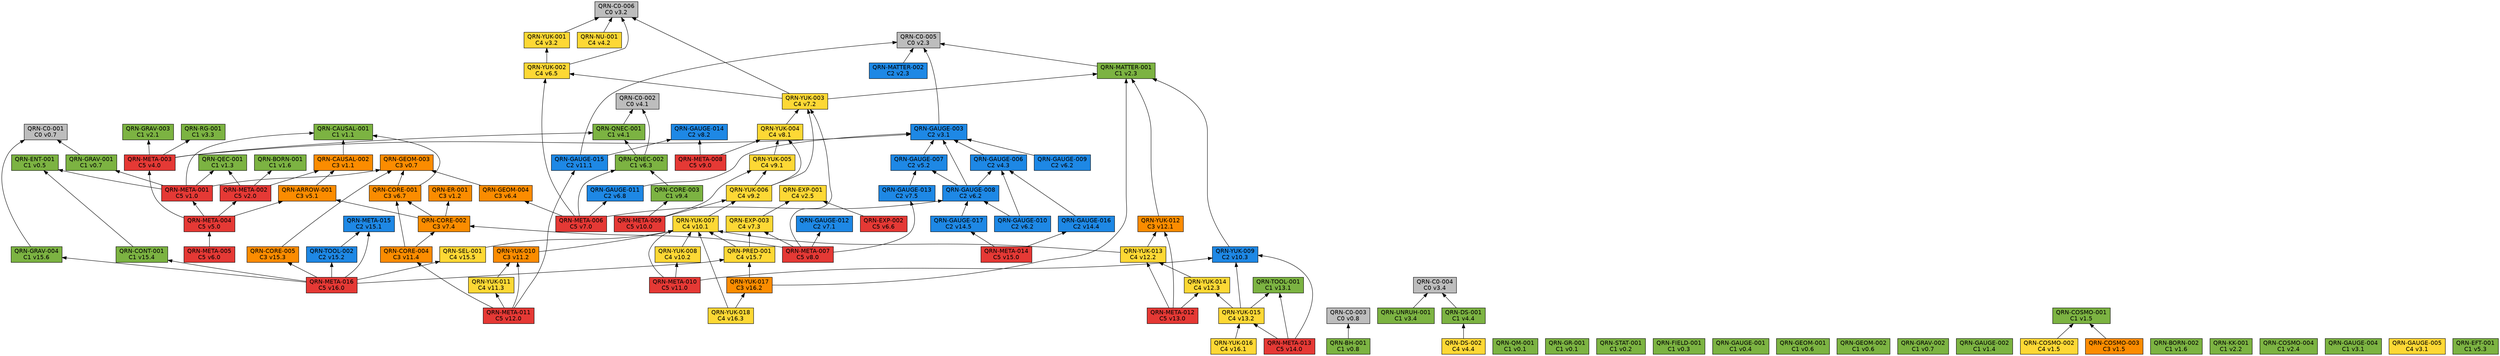
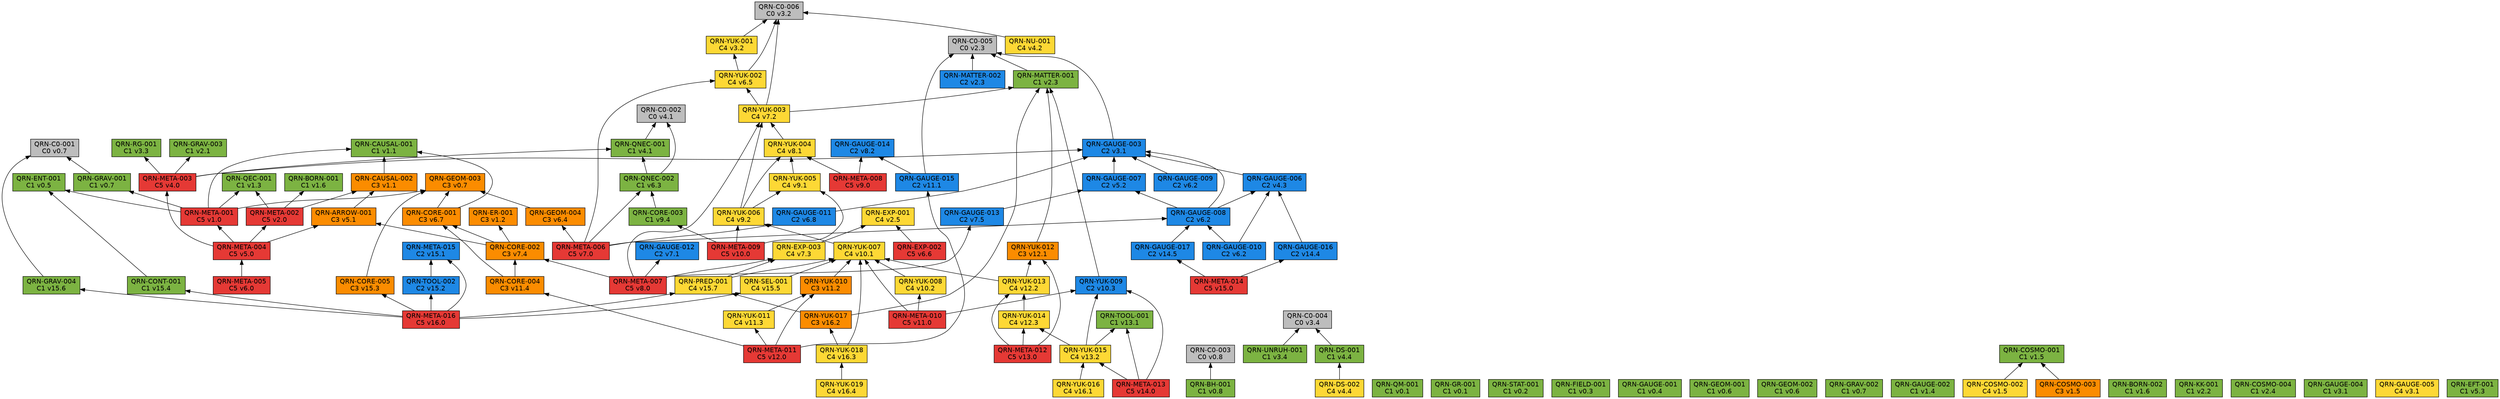
// 自動生成 (dag/report.pl) — QRN 主張依存グラフ
digraph qrn {
  rankdir=BT;
  node [shape=box, style=filled, fontname="Helvetica"];
  "QRN-C0-001" [fillcolor="#bdbdbd", label="QRN-C0-001\nC0 v0.7"];
  "QRN-C0-002" [fillcolor="#bdbdbd", label="QRN-C0-002\nC0 v4.1"];
  "QRN-C0-003" [fillcolor="#bdbdbd", label="QRN-C0-003\nC0 v0.8"];
  "QRN-C0-004" [fillcolor="#bdbdbd", label="QRN-C0-004\nC0 v3.4"];
  "QRN-C0-005" [fillcolor="#bdbdbd", label="QRN-C0-005\nC0 v2.3"];
  "QRN-C0-006" [fillcolor="#bdbdbd", label="QRN-C0-006\nC0 v3.2"];
  "QRN-QM-001" [fillcolor="#7cb342", label="QRN-QM-001\nC1 v0.1"];
  "QRN-GR-001" [fillcolor="#7cb342", label="QRN-GR-001\nC1 v0.1"];
  "QRN-STAT-001" [fillcolor="#7cb342", label="QRN-STAT-001\nC1 v0.2"];
  "QRN-FIELD-001" [fillcolor="#7cb342", label="QRN-FIELD-001\nC1 v0.3"];
  "QRN-GAUGE-001" [fillcolor="#7cb342", label="QRN-GAUGE-001\nC1 v0.4"];
  "QRN-ENT-001" [fillcolor="#7cb342", label="QRN-ENT-001\nC1 v0.5"];
  "QRN-GEOM-001" [fillcolor="#7cb342", label="QRN-GEOM-001\nC1 v0.6"];
  "QRN-GEOM-002" [fillcolor="#7cb342", label="QRN-GEOM-002\nC1 v0.6"];
  "QRN-GEOM-003" [fillcolor="#fb8c00", label="QRN-GEOM-003\nC3 v0.7"];
  "QRN-GRAV-001" [fillcolor="#7cb342", label="QRN-GRAV-001\nC1 v0.7"];
  "QRN-GRAV-002" [fillcolor="#7cb342", label="QRN-GRAV-002\nC1 v0.7"];
  "QRN-BH-001" [fillcolor="#7cb342", label="QRN-BH-001\nC1 v0.8"];
  "QRN-CAUSAL-001" [fillcolor="#7cb342", label="QRN-CAUSAL-001\nC1 v1.1"];
  "QRN-CAUSAL-002" [fillcolor="#fb8c00", label="QRN-CAUSAL-002\nC3 v1.1"];
  "QRN-ER-001" [fillcolor="#fb8c00", label="QRN-ER-001\nC3 v1.2"];
  "QRN-QEC-001" [fillcolor="#7cb342", label="QRN-QEC-001\nC1 v1.3"];
  "QRN-GAUGE-002" [fillcolor="#7cb342", label="QRN-GAUGE-002\nC1 v1.4"];
  "QRN-COSMO-001" [fillcolor="#7cb342", label="QRN-COSMO-001\nC1 v1.5"];
  "QRN-COSMO-002" [fillcolor="#fdd835", label="QRN-COSMO-002\nC4 v1.5"];
  "QRN-COSMO-003" [fillcolor="#fb8c00", label="QRN-COSMO-003\nC3 v1.5"];
  "QRN-BORN-001" [fillcolor="#7cb342", label="QRN-BORN-001\nC1 v1.6"];
  "QRN-BORN-002" [fillcolor="#7cb342", label="QRN-BORN-002\nC1 v1.6"];
  "QRN-GRAV-003" [fillcolor="#7cb342", label="QRN-GRAV-003\nC1 v2.1"];
  "QRN-KK-001" [fillcolor="#7cb342", label="QRN-KK-001\nC1 v2.2"];
  "QRN-MATTER-001" [fillcolor="#7cb342", label="QRN-MATTER-001\nC1 v2.3"];
  "QRN-MATTER-002" [fillcolor="#1e88e5", label="QRN-MATTER-002\nC2 v2.3"];
  "QRN-COSMO-004" [fillcolor="#7cb342", label="QRN-COSMO-004\nC1 v2.4"];
  "QRN-EXP-001" [fillcolor="#fdd835", label="QRN-EXP-001\nC4 v2.5"];
  "QRN-GAUGE-003" [fillcolor="#1e88e5", label="QRN-GAUGE-003\nC2 v3.1"];
  "QRN-GAUGE-004" [fillcolor="#7cb342", label="QRN-GAUGE-004\nC1 v3.1"];
  "QRN-GAUGE-005" [fillcolor="#fdd835", label="QRN-GAUGE-005\nC4 v3.1"];
  "QRN-YUK-001" [fillcolor="#fdd835", label="QRN-YUK-001\nC4 v3.2"];
  "QRN-RG-001" [fillcolor="#7cb342", label="QRN-RG-001\nC1 v3.3"];
  "QRN-UNRUH-001" [fillcolor="#7cb342", label="QRN-UNRUH-001\nC1 v3.4"];
  "QRN-QNEC-001" [fillcolor="#7cb342", label="QRN-QNEC-001\nC1 v4.1"];
  "QRN-NU-001" [fillcolor="#fdd835", label="QRN-NU-001\nC4 v4.2"];
  "QRN-GAUGE-006" [fillcolor="#1e88e5", label="QRN-GAUGE-006\nC2 v4.3"];
  "QRN-DS-001" [fillcolor="#7cb342", label="QRN-DS-001\nC1 v4.4"];
  "QRN-DS-002" [fillcolor="#fdd835", label="QRN-DS-002\nC4 v4.4"];
  "QRN-ARROW-001" [fillcolor="#fb8c00", label="QRN-ARROW-001\nC3 v5.1"];
  "QRN-GAUGE-007" [fillcolor="#1e88e5", label="QRN-GAUGE-007\nC2 v5.2"];
  "QRN-EFT-001" [fillcolor="#7cb342", label="QRN-EFT-001\nC1 v5.3"];
  "QRN-GAUGE-008" [fillcolor="#1e88e5", label="QRN-GAUGE-008\nC2 v6.2"];
  "QRN-GAUGE-009" [fillcolor="#1e88e5", label="QRN-GAUGE-009\nC2 v6.2"];
  "QRN-GAUGE-010" [fillcolor="#1e88e5", label="QRN-GAUGE-010\nC2 v6.2"];
  "QRN-QNEC-002" [fillcolor="#7cb342", label="QRN-QNEC-002\nC1 v6.3"];
  "QRN-GEOM-004" [fillcolor="#fb8c00", label="QRN-GEOM-004\nC3 v6.4"];
  "QRN-YUK-002" [fillcolor="#fdd835", label="QRN-YUK-002\nC4 v6.5"];
  "QRN-EXP-002" [fillcolor="#e53935", label="QRN-EXP-002\nC5 v6.6"];
  "QRN-CORE-001" [fillcolor="#fb8c00", label="QRN-CORE-001\nC3 v6.7"];
  "QRN-GAUGE-011" [fillcolor="#1e88e5", label="QRN-GAUGE-011\nC2 v6.8"];
  "QRN-GAUGE-012" [fillcolor="#1e88e5", label="QRN-GAUGE-012\nC2 v7.1"];
  "QRN-YUK-003" [fillcolor="#fdd835", label="QRN-YUK-003\nC4 v7.2"];
  "QRN-EXP-003" [fillcolor="#fdd835", label="QRN-EXP-003\nC4 v7.3"];
  "QRN-CORE-002" [fillcolor="#fb8c00", label="QRN-CORE-002\nC3 v7.4"];
  "QRN-GAUGE-013" [fillcolor="#1e88e5", label="QRN-GAUGE-013\nC2 v7.5"];
  "QRN-YUK-004" [fillcolor="#fdd835", label="QRN-YUK-004\nC4 v8.1"];
  "QRN-GAUGE-014" [fillcolor="#1e88e5", label="QRN-GAUGE-014\nC2 v8.2"];
  "QRN-META-001" [fillcolor="#e53935", label="QRN-META-001\nC5 v1.0"];
  "QRN-META-002" [fillcolor="#e53935", label="QRN-META-002\nC5 v2.0"];
  "QRN-META-003" [fillcolor="#e53935", label="QRN-META-003\nC5 v4.0"];
  "QRN-META-004" [fillcolor="#e53935", label="QRN-META-004\nC5 v5.0"];
  "QRN-META-005" [fillcolor="#e53935", label="QRN-META-005\nC5 v6.0"];
  "QRN-META-006" [fillcolor="#e53935", label="QRN-META-006\nC5 v7.0"];
  "QRN-META-007" [fillcolor="#e53935", label="QRN-META-007\nC5 v8.0"];
  "QRN-META-008" [fillcolor="#e53935", label="QRN-META-008\nC5 v9.0"];
  "QRN-YUK-005" [fillcolor="#fdd835", label="QRN-YUK-005\nC4 v9.1"];
  "QRN-YUK-006" [fillcolor="#fdd835", label="QRN-YUK-006\nC4 v9.2"];
  "QRN-CORE-003" [fillcolor="#7cb342", label="QRN-CORE-003\nC1 v9.4"];
  "QRN-META-009" [fillcolor="#e53935", label="QRN-META-009\nC5 v10.0"];
  "QRN-YUK-007" [fillcolor="#fdd835", label="QRN-YUK-007\nC4 v10.1"];
  "QRN-YUK-008" [fillcolor="#fdd835", label="QRN-YUK-008\nC4 v10.2"];
  "QRN-YUK-009" [fillcolor="#1e88e5", label="QRN-YUK-009\nC2 v10.3"];
  "QRN-META-010" [fillcolor="#e53935", label="QRN-META-010\nC5 v11.0"];
  "QRN-GAUGE-015" [fillcolor="#1e88e5", label="QRN-GAUGE-015\nC2 v11.1"];
  "QRN-YUK-010" [fillcolor="#fb8c00", label="QRN-YUK-010\nC3 v11.2"];
  "QRN-YUK-011" [fillcolor="#fdd835", label="QRN-YUK-011\nC4 v11.3"];
  "QRN-CORE-004" [fillcolor="#fb8c00", label="QRN-CORE-004\nC3 v11.4"];
  "QRN-META-011" [fillcolor="#e53935", label="QRN-META-011\nC5 v12.0"];
  "QRN-YUK-012" [fillcolor="#fb8c00", label="QRN-YUK-012\nC3 v12.1"];
  "QRN-YUK-013" [fillcolor="#fdd835", label="QRN-YUK-013\nC4 v12.2"];
  "QRN-YUK-014" [fillcolor="#fdd835", label="QRN-YUK-014\nC4 v12.3"];
  "QRN-META-012" [fillcolor="#e53935", label="QRN-META-012\nC5 v13.0"];
  "QRN-TOOL-001" [fillcolor="#7cb342", label="QRN-TOOL-001\nC1 v13.1"];
  "QRN-YUK-015" [fillcolor="#fdd835", label="QRN-YUK-015\nC4 v13.2"];
  "QRN-META-013" [fillcolor="#e53935", label="QRN-META-013\nC5 v14.0"];
  "QRN-GAUGE-016" [fillcolor="#1e88e5", label="QRN-GAUGE-016\nC2 v14.4"];
  "QRN-GAUGE-017" [fillcolor="#1e88e5", label="QRN-GAUGE-017\nC2 v14.5"];
  "QRN-META-014" [fillcolor="#e53935", label="QRN-META-014\nC5 v15.0"];
  "QRN-META-015" [fillcolor="#1e88e5", label="QRN-META-015\nC2 v15.1"];
  "QRN-TOOL-002" [fillcolor="#1e88e5", label="QRN-TOOL-002\nC2 v15.2"];
  "QRN-CORE-005" [fillcolor="#fb8c00", label="QRN-CORE-005\nC3 v15.3"];
  "QRN-CONT-001" [fillcolor="#7cb342", label="QRN-CONT-001\nC1 v15.4"];
  "QRN-SEL-001" [fillcolor="#fdd835", label="QRN-SEL-001\nC4 v15.5"];
  "QRN-GRAV-004" [fillcolor="#7cb342", label="QRN-GRAV-004\nC1 v15.6"];
  "QRN-PRED-001" [fillcolor="#fdd835", label="QRN-PRED-001\nC4 v15.7"];
  "QRN-META-016" [fillcolor="#e53935", label="QRN-META-016\nC5 v16.0"];
  "QRN-YUK-016" [fillcolor="#fdd835", label="QRN-YUK-016\nC4 v16.1"];
  "QRN-YUK-017" [fillcolor="#fb8c00", label="QRN-YUK-017\nC3 v16.2"];
  "QRN-YUK-018" [fillcolor="#fdd835", label="QRN-YUK-018\nC4 v16.3"];
+   "QRN-YUK-019" [fillcolor="#fdd835", label="QRN-YUK-019\nC4 v16.4"];
  "QRN-GRAV-001" -> "QRN-C0-001";
  "QRN-BH-001" -> "QRN-C0-003";
  "QRN-CAUSAL-002" -> "QRN-CAUSAL-001";
  "QRN-COSMO-002" -> "QRN-COSMO-001";
  "QRN-COSMO-003" -> "QRN-COSMO-001";
  "QRN-MATTER-001" -> "QRN-C0-005";
  "QRN-MATTER-002" -> "QRN-C0-005";
  "QRN-GAUGE-003" -> "QRN-C0-005";
  "QRN-YUK-001" -> "QRN-C0-006";
  "QRN-UNRUH-001" -> "QRN-C0-004";
  "QRN-QNEC-001" -> "QRN-C0-002";
  "QRN-NU-001" -> "QRN-C0-006";
  "QRN-GAUGE-006" -> "QRN-GAUGE-003";
  "QRN-DS-001" -> "QRN-C0-004";
  "QRN-DS-002" -> "QRN-DS-001";
  "QRN-ARROW-001" -> "QRN-CAUSAL-002";
  "QRN-GAUGE-007" -> "QRN-GAUGE-003";
  "QRN-GAUGE-008" -> "QRN-GAUGE-003";
  "QRN-GAUGE-008" -> "QRN-GAUGE-006";
  "QRN-GAUGE-008" -> "QRN-GAUGE-007";
  "QRN-GAUGE-009" -> "QRN-GAUGE-003";
  "QRN-GAUGE-010" -> "QRN-GAUGE-006";
  "QRN-GAUGE-010" -> "QRN-GAUGE-008";
  "QRN-QNEC-002" -> "QRN-C0-002";
  "QRN-QNEC-002" -> "QRN-QNEC-001";
  "QRN-GEOM-004" -> "QRN-GEOM-003";
  "QRN-YUK-002" -> "QRN-C0-006";
  "QRN-YUK-002" -> "QRN-YUK-001";
  "QRN-EXP-002" -> "QRN-EXP-001";
  "QRN-CORE-001" -> "QRN-GEOM-003";
  "QRN-CORE-001" -> "QRN-CAUSAL-001";
  "QRN-GAUGE-011" -> "QRN-GAUGE-003";
  "QRN-YUK-003" -> "QRN-C0-006";
  "QRN-YUK-003" -> "QRN-MATTER-001";
  "QRN-YUK-003" -> "QRN-YUK-002";
  "QRN-EXP-003" -> "QRN-EXP-001";
  "QRN-CORE-002" -> "QRN-CORE-001";
  "QRN-CORE-002" -> "QRN-ER-001";
  "QRN-CORE-002" -> "QRN-ARROW-001";
  "QRN-GAUGE-013" -> "QRN-GAUGE-007";
  "QRN-YUK-004" -> "QRN-YUK-003";
  "QRN-META-001" -> "QRN-GEOM-003";
  "QRN-META-001" -> "QRN-GRAV-001";
  "QRN-META-001" -> "QRN-CAUSAL-001";
  "QRN-META-001" -> "QRN-QEC-001";
  "QRN-META-001" -> "QRN-ENT-001";
  "QRN-META-002" -> "QRN-QEC-001";
  "QRN-META-002" -> "QRN-BORN-001";
  "QRN-META-002" -> "QRN-CAUSAL-002";
  "QRN-META-003" -> "QRN-GAUGE-003";
  "QRN-META-003" -> "QRN-RG-001";
  "QRN-META-003" -> "QRN-QNEC-001";
  "QRN-META-003" -> "QRN-GRAV-003";
  "QRN-META-004" -> "QRN-META-001";
  "QRN-META-004" -> "QRN-META-002";
  "QRN-META-004" -> "QRN-META-003";
  "QRN-META-004" -> "QRN-ARROW-001";
  "QRN-META-005" -> "QRN-META-004";
  "QRN-META-006" -> "QRN-GAUGE-008";
  "QRN-META-006" -> "QRN-QNEC-002";
  "QRN-META-006" -> "QRN-GEOM-004";
  "QRN-META-006" -> "QRN-YUK-002";
  "QRN-META-006" -> "QRN-GAUGE-011";
  "QRN-META-007" -> "QRN-GAUGE-012";
  "QRN-META-007" -> "QRN-YUK-003";
  "QRN-META-007" -> "QRN-EXP-003";
  "QRN-META-007" -> "QRN-CORE-002";
  "QRN-META-007" -> "QRN-GAUGE-013";
  "QRN-META-008" -> "QRN-YUK-004";
  "QRN-META-008" -> "QRN-GAUGE-014";
  "QRN-YUK-005" -> "QRN-YUK-004";
  "QRN-YUK-006" -> "QRN-YUK-003";
  "QRN-YUK-006" -> "QRN-YUK-004";
  "QRN-YUK-006" -> "QRN-YUK-005";
  "QRN-CORE-003" -> "QRN-QNEC-002";
  "QRN-META-009" -> "QRN-YUK-005";
  "QRN-META-009" -> "QRN-YUK-006";
  "QRN-META-009" -> "QRN-CORE-003";
  "QRN-YUK-007" -> "QRN-YUK-006";
  "QRN-YUK-008" -> "QRN-YUK-007";
  "QRN-YUK-009" -> "QRN-MATTER-001";
  "QRN-META-010" -> "QRN-YUK-007";
  "QRN-META-010" -> "QRN-YUK-008";
  "QRN-META-010" -> "QRN-YUK-009";
  "QRN-GAUGE-015" -> "QRN-C0-005";
  "QRN-GAUGE-015" -> "QRN-GAUGE-014";
  "QRN-YUK-010" -> "QRN-YUK-007";
  "QRN-YUK-011" -> "QRN-YUK-010";
  "QRN-CORE-004" -> "QRN-CORE-001";
  "QRN-CORE-004" -> "QRN-CORE-002";
  "QRN-META-011" -> "QRN-GAUGE-015";
  "QRN-META-011" -> "QRN-YUK-010";
  "QRN-META-011" -> "QRN-YUK-011";
  "QRN-META-011" -> "QRN-CORE-004";
  "QRN-YUK-012" -> "QRN-MATTER-001";
  "QRN-YUK-013" -> "QRN-YUK-012";
  "QRN-YUK-013" -> "QRN-YUK-007";
  "QRN-YUK-014" -> "QRN-YUK-013";
  "QRN-META-012" -> "QRN-YUK-012";
  "QRN-META-012" -> "QRN-YUK-013";
  "QRN-META-012" -> "QRN-YUK-014";
  "QRN-YUK-015" -> "QRN-YUK-014";
  "QRN-YUK-015" -> "QRN-TOOL-001";
  "QRN-YUK-015" -> "QRN-YUK-009";
  "QRN-META-013" -> "QRN-YUK-015";
  "QRN-META-013" -> "QRN-TOOL-001";
  "QRN-META-013" -> "QRN-YUK-009";
  "QRN-GAUGE-016" -> "QRN-GAUGE-006";
  "QRN-GAUGE-017" -> "QRN-GAUGE-008";
  "QRN-META-014" -> "QRN-GAUGE-016";
  "QRN-META-014" -> "QRN-GAUGE-017";
  "QRN-TOOL-002" -> "QRN-META-015";
  "QRN-CORE-005" -> "QRN-GEOM-003";
  "QRN-CONT-001" -> "QRN-ENT-001";
  "QRN-SEL-001" -> "QRN-YUK-007";
  "QRN-GRAV-004" -> "QRN-C0-001";
  "QRN-PRED-001" -> "QRN-YUK-007";
  "QRN-PRED-001" -> "QRN-EXP-003";
  "QRN-META-016" -> "QRN-META-015";
  "QRN-META-016" -> "QRN-TOOL-002";
  "QRN-META-016" -> "QRN-CORE-005";
  "QRN-META-016" -> "QRN-CONT-001";
  "QRN-META-016" -> "QRN-SEL-001";
  "QRN-META-016" -> "QRN-GRAV-004";
  "QRN-META-016" -> "QRN-PRED-001";
  "QRN-YUK-016" -> "QRN-YUK-015";
  "QRN-YUK-017" -> "QRN-MATTER-001";
  "QRN-YUK-017" -> "QRN-PRED-001";
  "QRN-YUK-018" -> "QRN-YUK-017";
  "QRN-YUK-018" -> "QRN-YUK-007";
+   "QRN-YUK-019" -> "QRN-YUK-018";
}
